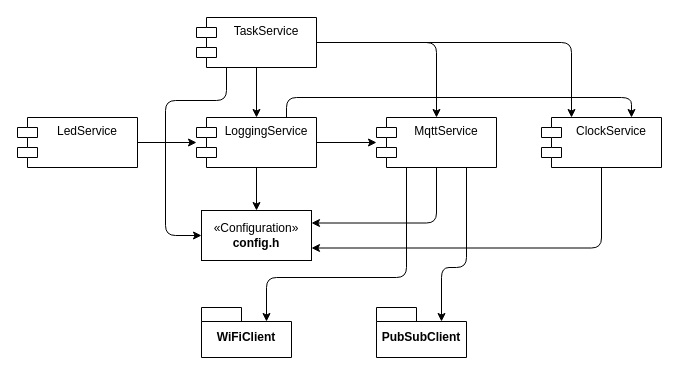
Above: page "Services" (1 of 2) of media/drawio/sketches.drawio in Friedjof/LumiESP (draw.io), before the change. Source tidied: cells renumbered, new cells numbered last; positions are measured from the earlier drawing's top-left corner, leaving out a move shared by most shapes. Both pictures are drawn from the tidied source at 100%, with x=0, y=0 at pixel (17, 17).
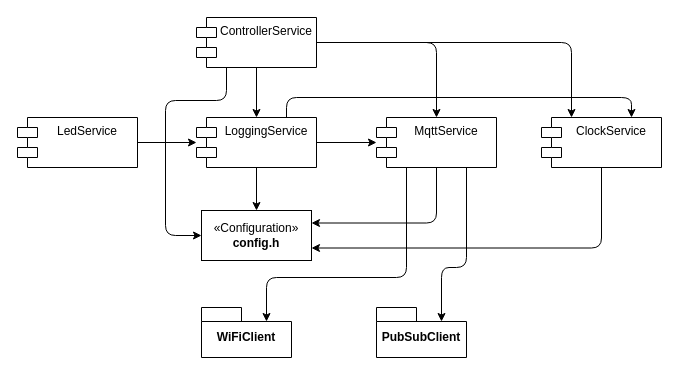
The same page after the edit.

Commit message (it also covers changes not shown here):
Rename TaskService to ControllerService; update references in README and code files

Change to the diagram source:
```diff
@@
-    <mxCell id="14" value="TaskService" style="shape=module;align=left;spacingLeft=20;align=center;verticalAlign=top;whiteSpace=wrap;html=1;shadow=0;" parent="1" vertex="1">
+    <mxCell id="14" value="ControllerService" style="shape=module;align=left;spacingLeft=20;align=center;verticalAlign=top;whiteSpace=wrap;html=1;shadow=0;" parent="1" vertex="1">
       <mxGeometry x="179" width="120" height="50" as="geometry" />
     </mxCell>
```
